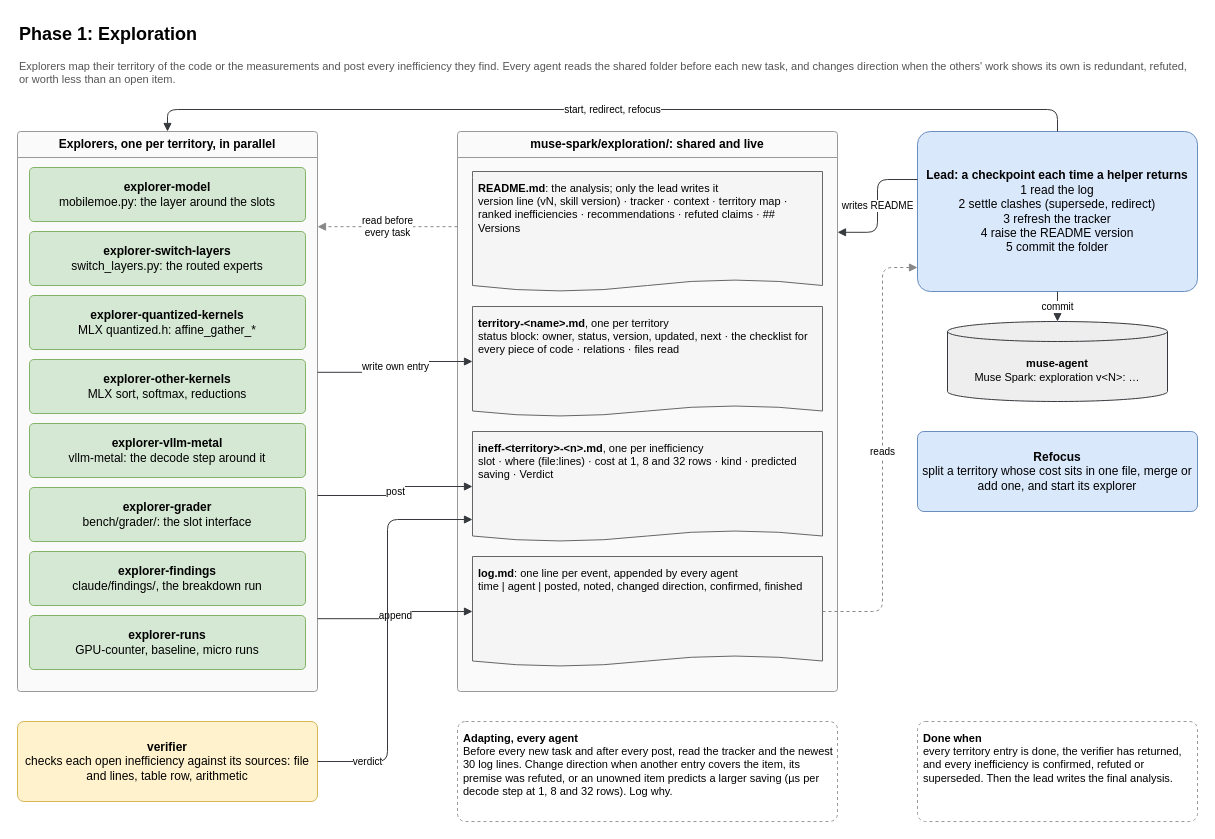
The draw.io diagram page "Exploration" (2 of 3) of claude/diagrams/muse-swarm.drawio in surucuonur/WeSolve-MetaHackathon, before the edit. Source tidied: cells renumbered, new cells numbered last; positions are measured from the earlier drawing's top-left corner, leaving out a move shared by most shapes. Both pictures are drawn from the tidied source at 100%, with x=0, y=0 at pixel (17, 17).
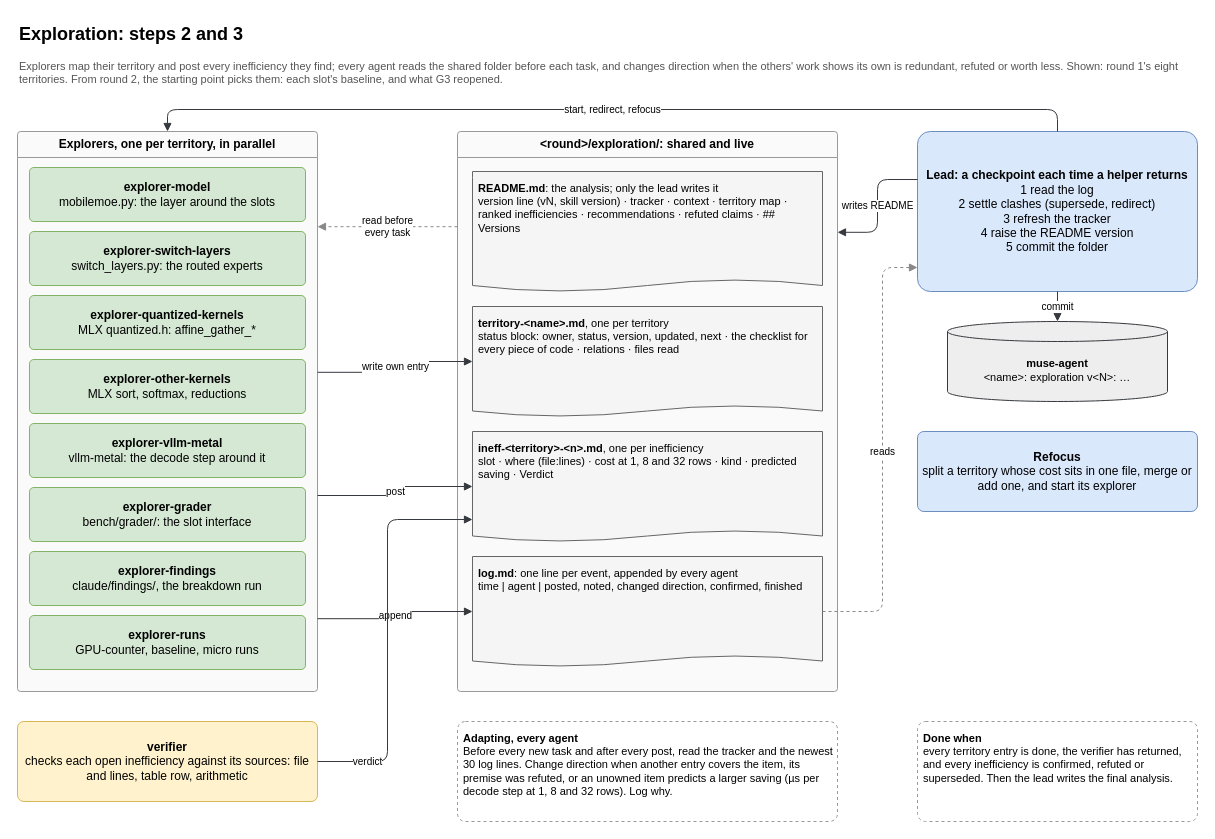
The same page after the edit.

Change to the diagram source:
```diff
@@
-    <mxCell id="2" value="Phase 1: Exploration" style="text;html=1;fontSize=18;fontStyle=1;align=left;verticalAlign=middle;" parent="1" vertex="1">
+    <mxCell id="2" value="Exploration: steps 2 and 3" style="text;html=1;fontSize=18;fontStyle=1;align=left;verticalAlign=middle;" parent="1" vertex="1">
       <mxGeometry width="600" height="34" as="geometry" />
     </mxCell>
-    <mxCell id="3" value="Explorers map their territory of the code or the measurements and post every inefficiency they find. Every agent reads the shared folder before each new task, and changes direction when the others' work shows its own is redundant, refuted, or worth less than an open item." style="text;html=1;fontSize=11;align=left;verticalAlign=top;whiteSpace=wrap;fontColor=#555555;" parent="1" vertex="1">
+    <mxCell id="3" value="Explorers map their territory and post every inefficiency they find; every agent reads the shared folder before each task, and changes direction when the others' work shows its own is redundant, refuted or worth less. Shown: round 1's eight territories. From round 2, the starting point picks them: each slot's baseline, and what G3 reopened." style="text;html=1;fontSize=11;align=left;verticalAlign=top;whiteSpace=wrap;fontColor=#555555;" parent="1" vertex="1">
       <mxGeometry y="36" width="1180" height="34" as="geometry" />
     </mxCell>
@@
-    <mxCell id="14" value="muse-spark/exploration/: shared and live" style="swimlane;whiteSpace=wrap;html=1;rounded=1;arcSize=4;startSize=26;fontSize=12;fontStyle=1;fillColor=#fafafa;strokeColor=#999999;swimlaneFillColor=#fafafa;" parent="1" vertex="1">
+    <mxCell id="14" value="&amp;lt;round&amp;gt;/exploration/: shared and live" style="swimlane;whiteSpace=wrap;html=1;rounded=1;arcSize=4;startSize=26;fontSize=12;fontStyle=1;fillColor=#fafafa;strokeColor=#999999;swimlaneFillColor=#fafafa;" parent="1" vertex="1">
       <mxGeometry x="440" y="114" width="380" height="560" as="geometry" />
     </mxCell>
@@
-    <mxCell id="20" value="&lt;b&gt;muse-agent&lt;/b&gt;&lt;br&gt;Muse Spark: exploration v&amp;lt;N&amp;gt;: …" style="shape=cylinder3;whiteSpace=wrap;html=1;boundedLbl=1;size=10;fontSize=11;fillColor=#eeeeee;strokeColor=#36393d;" parent="1" vertex="1">
+    <mxCell id="20" value="&lt;b&gt;muse-agent&lt;/b&gt;&lt;br&gt;&amp;lt;name&amp;gt;: exploration v&amp;lt;N&amp;gt;: …" style="shape=cylinder3;whiteSpace=wrap;html=1;boundedLbl=1;size=10;fontSize=11;fillColor=#eeeeee;strokeColor=#36393d;" parent="1" vertex="1">
       <mxGeometry x="930" y="304" width="220" height="80" as="geometry" />
     </mxCell>
```
